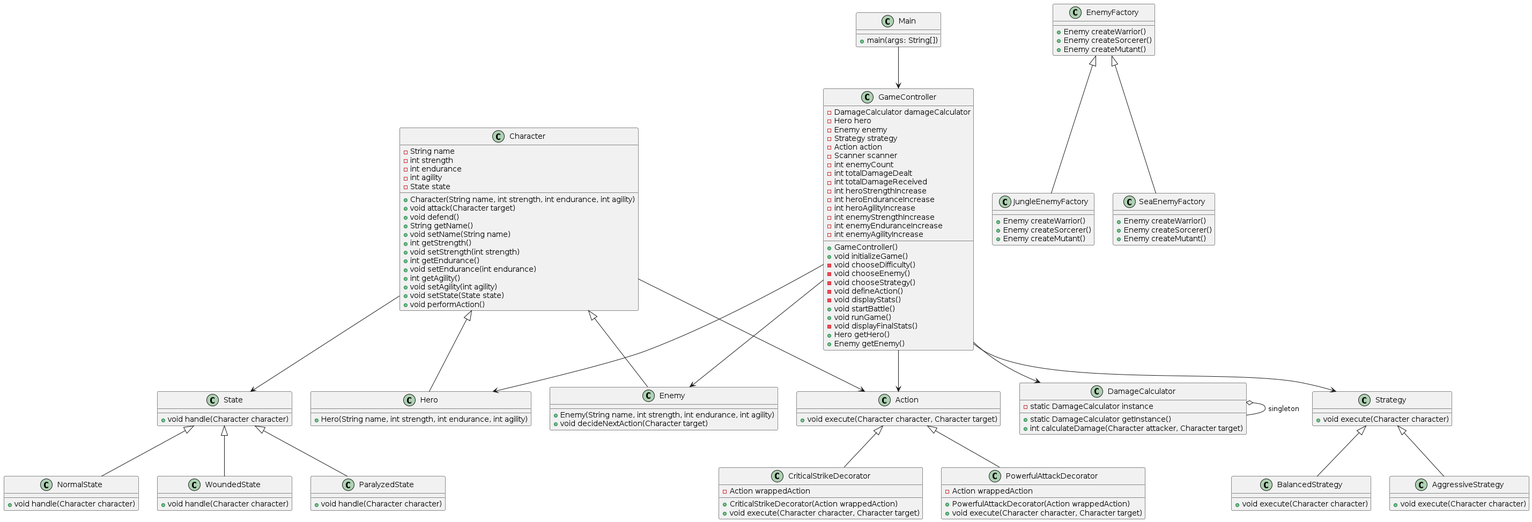
The PlantUML diagram out/src/diagram/diagram.png in zxc228/console_rpg, before a commit.
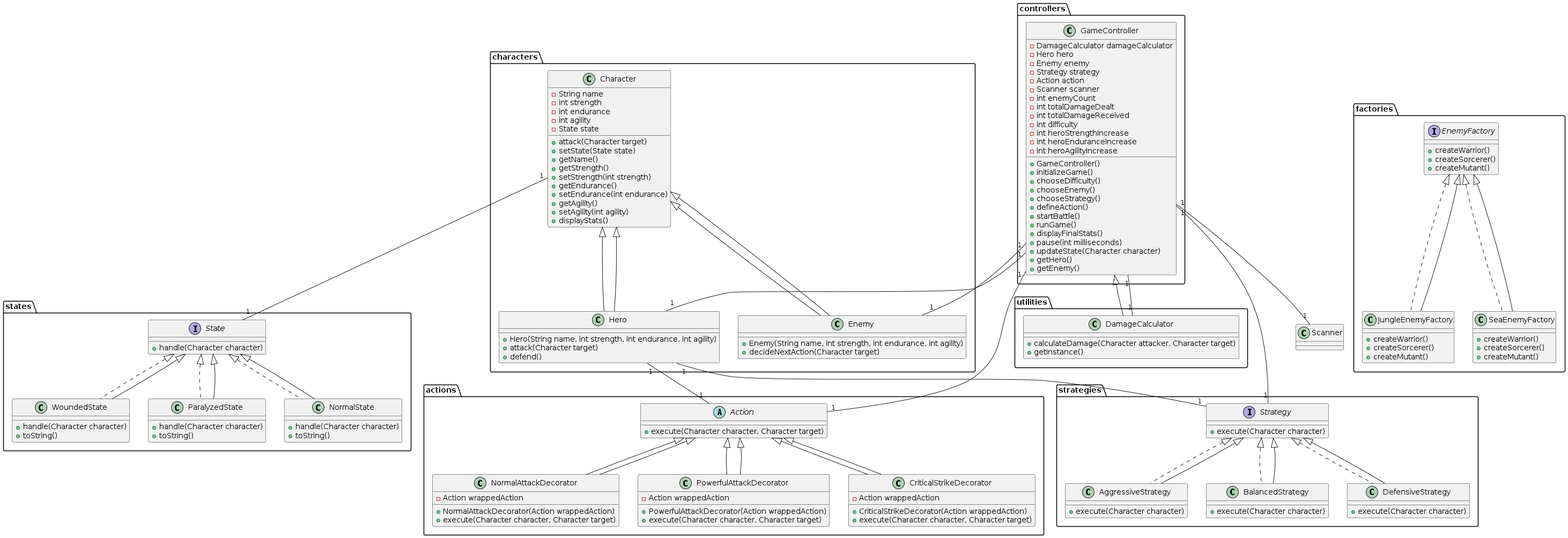
After the commit.

Change to the diagram source:
```diff
@@ -1,159 +1,184 @@
 @startuml
 
-!define RECTANGLE class
-!define TEXT class
+package characters {
+    class Character {
+        - String name
+        - int strength
+        - int endurance
+        - int agility
+        - State state
+        + attack(Character target)
+        + setState(State state)
+        + getName()
+        + getStrength()
+        + setStrength(int strength)
+        + getEndurance()
+        + setEndurance(int endurance)
+        + getAgility()
+        + setAgility(int agility)
+        + displayStats()
+    }
 
-RECTANGLE "Main" as Main {
-  +main(args: String[])
+    class Hero extends Character {
+        + Hero(String name, int strength, int endurance, int agility)
+        + attack(Character target)
+        + defend()
+    }
+
+    class Enemy extends Character {
+        + Enemy(String name, int strength, int endurance, int agility)
+        + decideNextAction(Character target)
+    }
 }
 
-RECTANGLE "GameController" as GameController {
-  -DamageCalculator damageCalculator
-  -Hero hero
-  -Enemy enemy
-  -Strategy strategy
-  -Action action
-  -Scanner scanner
-  -int enemyCount
-  -int totalDamageDealt
-  -int totalDamageReceived
-  -int heroStrengthIncrease
-  -int heroEnduranceIncrease
-  -int heroAgilityIncrease
-  -int enemyStrengthIncrease
-  -int enemyEnduranceIncrease
-  -int enemyAgilityIncrease
-  +GameController()
-  +void initializeGame()
-  -void chooseDifficulty()
-  -void chooseEnemy()
-  -void chooseStrategy()
-  -void defineAction()
-  -void displayStats()
-  +void startBattle()
-  +void runGame()
-  -void displayFinalStats()
-  +Hero getHero()
-  +Enemy getEnemy()
+package states {
+    interface State {
+        + handle(Character character)
+    }
+
+    class NormalState implements State {
+        + handle(Character character)
+        + toString()
+    }
+
+    class WoundedState implements State {
+        + handle(Character character)
+        + toString()
+    }
+
+    class ParalyzedState implements State {
+        + handle(Character character)
+        + toString()
+    }
 }
 
-RECTANGLE "Character" as Character {
-  -String name
-  -int strength
-  -int endurance
-  -int agility
-  -State state
-  +Character(String name, int strength, int endurance, int agility)
-  +void attack(Character target)
-  +void defend()
-  +String getName()
-  +void setName(String name)
-  +int getStrength()
-  +void setStrength(int strength)
-  +int getEndurance()
-  +void setEndurance(int endurance)
-  +int getAgility()
-  +void setAgility(int agility)
-  +void setState(State state)
-  +void performAction()
+package strategies {
+    interface Strategy {
+        + execute(Character character)
+    }
+
+    class AggressiveStrategy implements Strategy {
+        + execute(Character character)
+    }
+
+    class BalancedStrategy implements Strategy {
+        + execute(Character character)
+    }
+
+    class DefensiveStrategy implements Strategy {
+        + execute(Character character)
+    }
 }
 
-RECTANGLE "Hero" as Hero {
-  +Hero(String name, int strength, int endurance, int agility)
+package actions {
+    abstract class Action {
+        + execute(Character character, Character target)
+    }
+
+    class NormalAttackDecorator extends Action {
+        - Action wrappedAction
+        + NormalAttackDecorator(Action wrappedAction)
+        + execute(Character character, Character target)
+    }
+
+    class PowerfulAttackDecorator extends Action {
+        - Action wrappedAction
+        + PowerfulAttackDecorator(Action wrappedAction)
+        + execute(Character character, Character target)
+    }
+
+    class CriticalStrikeDecorator extends Action {
+        - Action wrappedAction
+        + CriticalStrikeDecorator(Action wrappedAction)
+        + execute(Character character, Character target)
+    }
 }
 
-RECTANGLE "Enemy" as Enemy {
-  +Enemy(String name, int strength, int endurance, int agility)
-  +void decideNextAction(Character target)
+package factories {
+    interface EnemyFactory {
+        + createWarrior()
+        + createSorcerer()
+        + createMutant()
+    }
+
+    class JungleEnemyFactory implements EnemyFactory {
+        + createWarrior()
+        + createSorcerer()
+        + createMutant()
+    }
+
+    class SeaEnemyFactory implements EnemyFactory {
+        + createWarrior()
+        + createSorcerer()
+        + createMutant()
+    }
 }
 
-RECTANGLE "State" as State {
-  +void handle(Character character)
+package controllers {
+    class GameController {
+        - DamageCalculator damageCalculator
+        - Hero hero
+        - Enemy enemy
+        - Strategy strategy
+        - Action action
+        - Scanner scanner
+        - int enemyCount
+        - int totalDamageDealt
+        - int totalDamageReceived
+        - int difficulty
+        - int heroStrengthIncrease
+        - int heroEnduranceIncrease
+        - int heroAgilityIncrease
+        + GameController()
+        + initializeGame()
+        + chooseDifficulty()
+        + chooseEnemy()
+        + chooseStrategy()
+        + defineAction()
+        + startBattle()
+        + runGame()
+        + displayFinalStats()
+        + pause(int milliseconds)
+        + updateState(Character character)
+        + getHero()
+        + getEnemy()
+    }
 }
 
-RECTANGLE "NormalState" as NormalState {
-  +void handle(Character character)
+package utilities {
+    class DamageCalculator {
+        + calculateDamage(Character attacker, Character target)
+        + getInstance()
+    }
+    DamageCalculator --|> GameController
 }
 
-RECTANGLE "WoundedState" as WoundedState {
-  +void handle(Character character)
-}
-
-RECTANGLE "ParalyzedState" as ParalyzedState {
-  +void handle(Character character)
-}
-
-RECTANGLE "Strategy" as Strategy {
-  +void execute(Character character)
-}
-
-RECTANGLE "AggressiveStrategy" as AggressiveStrategy {
-  +void execute(Character character)
-}
-
-RECTANGLE "BalancedStrategy" as BalancedStrategy {
-  +void execute(Character character)
-}
-
-RECTANGLE "Action" as Action {
-  +void execute(Character character, Character target)
-}
-
-RECTANGLE "PowerfulAttackDecorator" as PowerfulAttackDecorator {
-  -Action wrappedAction
-  +PowerfulAttackDecorator(Action wrappedAction)
-  +void execute(Character character, Character target)
-}
-
-RECTANGLE "CriticalStrikeDecorator" as CriticalStrikeDecorator {
-  -Action wrappedAction
-  +CriticalStrikeDecorator(Action wrappedAction)
-  +void execute(Character character, Character target)
-}
-
-RECTANGLE "DamageCalculator" as DamageCalculator {
-  -static DamageCalculator instance
-  +static DamageCalculator getInstance()
-  +int calculateDamage(Character attacker, Character target)
-}
-
-RECTANGLE "EnemyFactory" as EnemyFactory {
-  +Enemy createWarrior()
-  +Enemy createSorcerer()
-  +Enemy createMutant()
-}
-
-RECTANGLE "JungleEnemyFactory" as JungleEnemyFactory {
-  +Enemy createWarrior()
-  +Enemy createSorcerer()
-  +Enemy createMutant()
-}
-
-RECTANGLE "SeaEnemyFactory" as SeaEnemyFactory {
-  +Enemy createWarrior()
-  +Enemy createSorcerer()
-  +Enemy createMutant()
-}
-
-Main --> GameController
-GameController --> Hero
-GameController --> Enemy
-GameController --> Strategy
-GameController --> Action
-GameController --> DamageCalculator
+Character "1" -- "1" State
 Character <|-- Hero
 Character <|-- Enemy
-Character --> State
-Character --> Action
+Hero "1" -- "1" Strategy
+Hero "1" -- "1" Action
+
 State <|-- NormalState
 State <|-- WoundedState
 State <|-- ParalyzedState
+
 Strategy <|-- AggressiveStrategy
 Strategy <|-- BalancedStrategy
+Strategy <|-- DefensiveStrategy
+
+Action <|-- NormalAttackDecorator
 Action <|-- PowerfulAttackDecorator
 Action <|-- CriticalStrikeDecorator
-DamageCalculator o-- DamageCalculator : singleton
+
 EnemyFactory <|-- JungleEnemyFactory
 EnemyFactory <|-- SeaEnemyFactory
 
+GameController "1" -- "1" Hero
+GameController "1" -- "1" Enemy
+GameController "1" -- "1" Strategy
+GameController "1" -- "1" Action
+GameController "1" -- "1" DamageCalculator
+GameController "1" -- "1" Scanner
+
 @enduml
```
